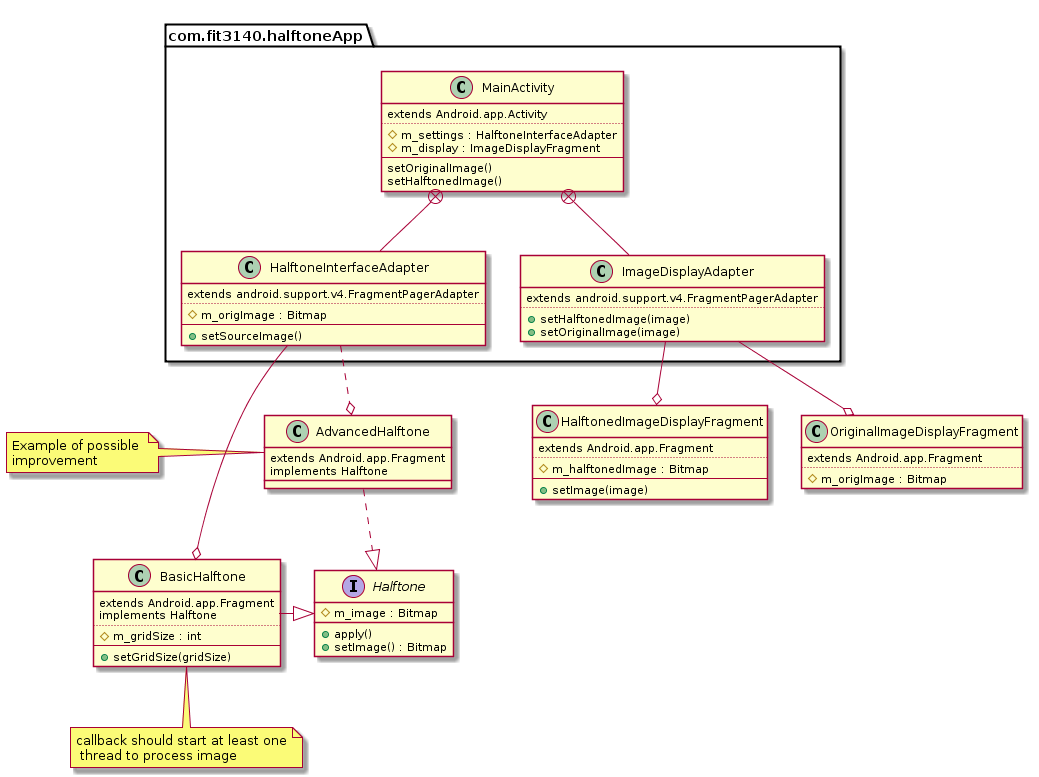
Before: doc/main.png, a diagram exported from PlantUML (jh247247/FIT3140-Application).
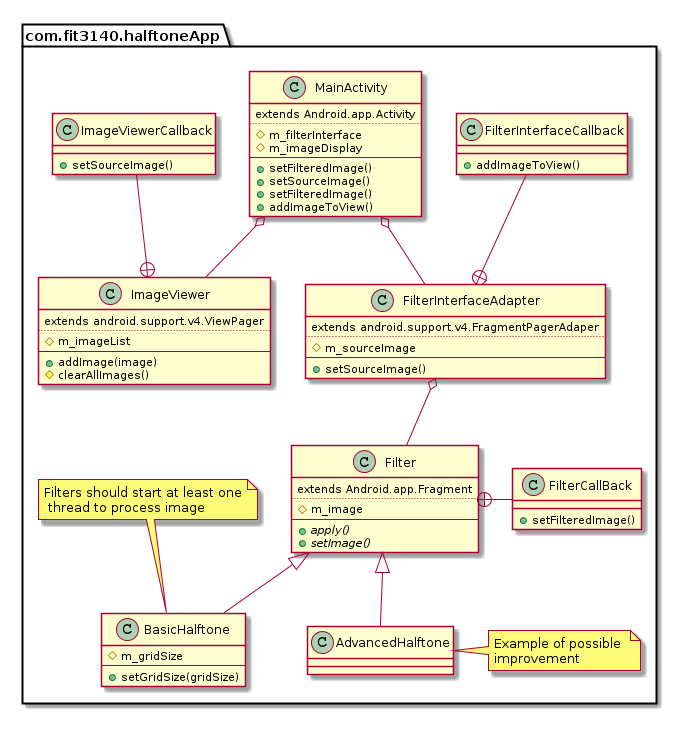
After the commit.

Commit message:
Re-jigged uml diagram to clarify adapter design and updated documentation.

What changed in the source:
```diff
@@ -1,75 +1,74 @@
 @startuml
 package com.fit3140.halftoneApp {
-MainActivity +-- HalftoneInterfaceAdapter
-MainActivity +-- ImageDisplayAdapter
+MainActivity o-- FilterInterfaceAdapter
+MainActivity o-- ImageViewer
 
 class MainActivity <extends android.app.Activity>{
 extends Android.app.Activity
 ..
-#m_settings : HalftoneInterfaceAdapter
-#m_display : ImageDisplayFragment
+#m_filterInterface
+#m_imageDisplay
 --
-setOriginalImage()
-setHalftonedImage()
++setFilteredImage()
++setSourceImage()
++setFilteredImage()
++addImageToView()
 }
 
-class HalftoneInterfaceAdapter {
-extends android.support.v4.FragmentPagerAdapter
+class FilterInterfaceCallback {
++addImageToView()
+}
+
+FilterInterfaceCallback  --+ FilterInterfaceAdapter
+
+class FilterInterfaceAdapter {
+extends android.support.v4.FragmentPagerAdaper
 ..
-#m_origImage : Bitmap
+#m_sourceImage
 --
 +setSourceImage()
 }
 
-class ImageDisplayAdapter {
-extends android.support.v4.FragmentPagerAdapter
+
+class ImageViewer {
+extends android.support.v4.ViewPager
 ..
-+setHalftonedImage(image)
-+setOriginalImage(image)
+#m_imageList
+--
++addImage(image)
+#clearAllImages()
 }
 
-}
-BasicHalftone -|> Halftone
-AdvancedHalftone ..|> Halftone
-HalftoneInterfaceAdapter -o BasicHalftone
-HalftoneInterfaceAdapter ..o AdvancedHalftone
-ImageDisplayAdapter --o OriginalImageDisplayFragment
-ImageDisplayAdapter --o HalftonedImageDisplayFragment
+ImageViewerCallback --+ ImageViewer
 
-class OriginalImageDisplayFragment {
-extends Android.app.Fragment
-..
-#m_origImage : Bitmap
-}
-
-class HalftonedImageDisplayFragment {
-extends Android.app.Fragment
-..
-#m_halftonedImage : Bitmap
---
-+setImage(image)
+class ImageViewerCallback {
++setSourceImage()
 }
 
 class BasicHalftone {
-extends Android.app.Fragment
-implements Halftone
-..
-#m_gridSize : int
+#m_gridSize
 --
 +setGridSize(gridSize)
 }
 
-class AdvancedHalftone {
+
+note top of BasicHalftone: Filters should start at least one\n thread to process image
+note right of AdvancedHalftone: Example of possible \nimprovement
+class Filter {
 extends Android.app.Fragment
-implements Halftone
+..
+#m_image
+--
++{abstract}apply()
++{abstract}setImage()
 }
+Filter <|-- BasicHalftone
+Filter <|-- AdvancedHalftone
+FilterInterfaceAdapter o-- Filter
 
-note bottom of BasicHalftone: callback should start at least one\n thread to process image
-note left of AdvancedHalftone: Example of possible \nimprovement
-interface Halftone {
-#m_image : Bitmap
-+apply()
-+setImage() : Bitmap
+Filter +- FilterCallBack
+class FilterCallBack {
++setFilteredImage()
 }
-
+}
 @enduml
```
